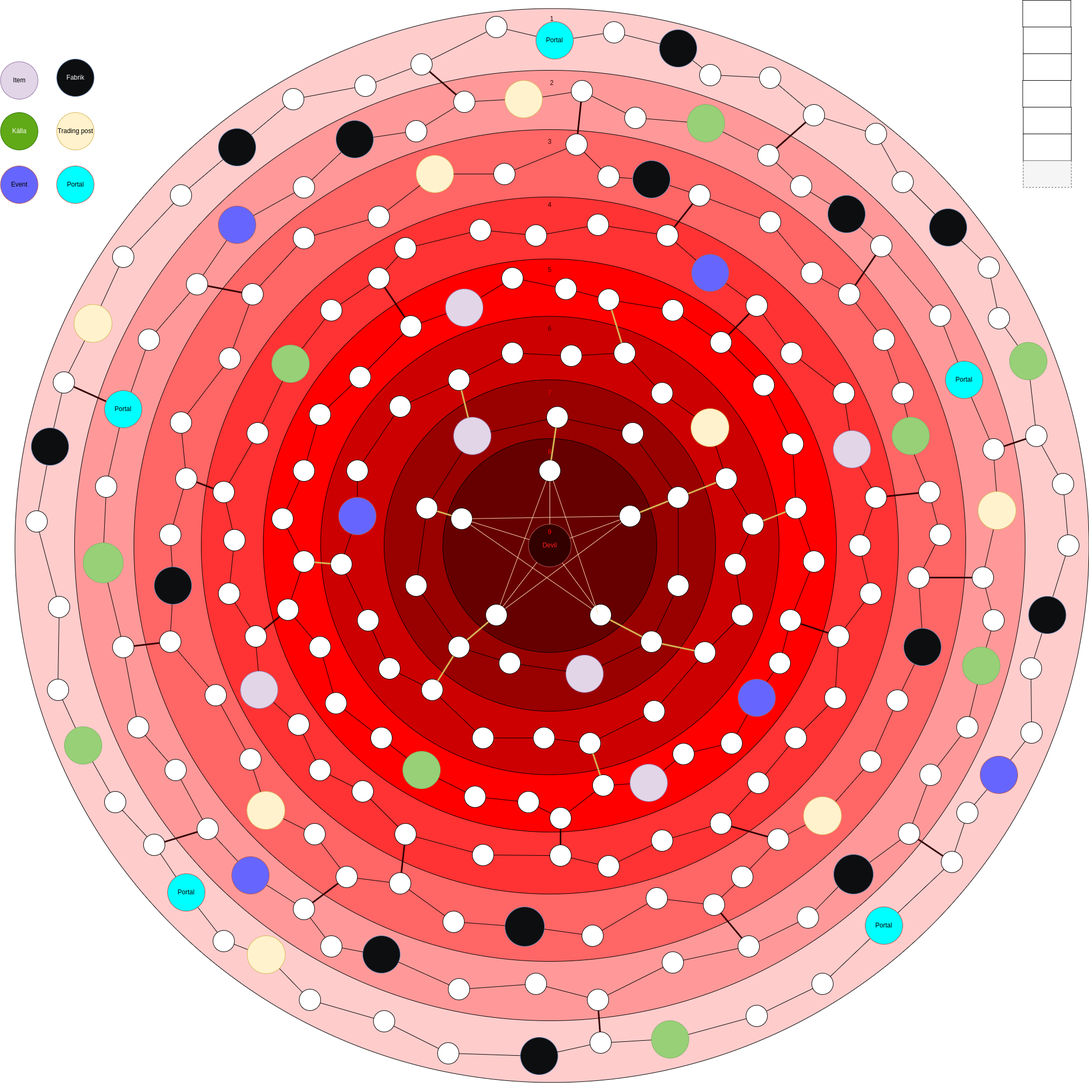
The draw.io diagram hellgame.drawio.png in erik88/hellgame, before a commit. Source tidied: cells renumbered, new cells last; positions are measured from the earlier drawing's top-left corner, leaving out a move shared by most shapes.
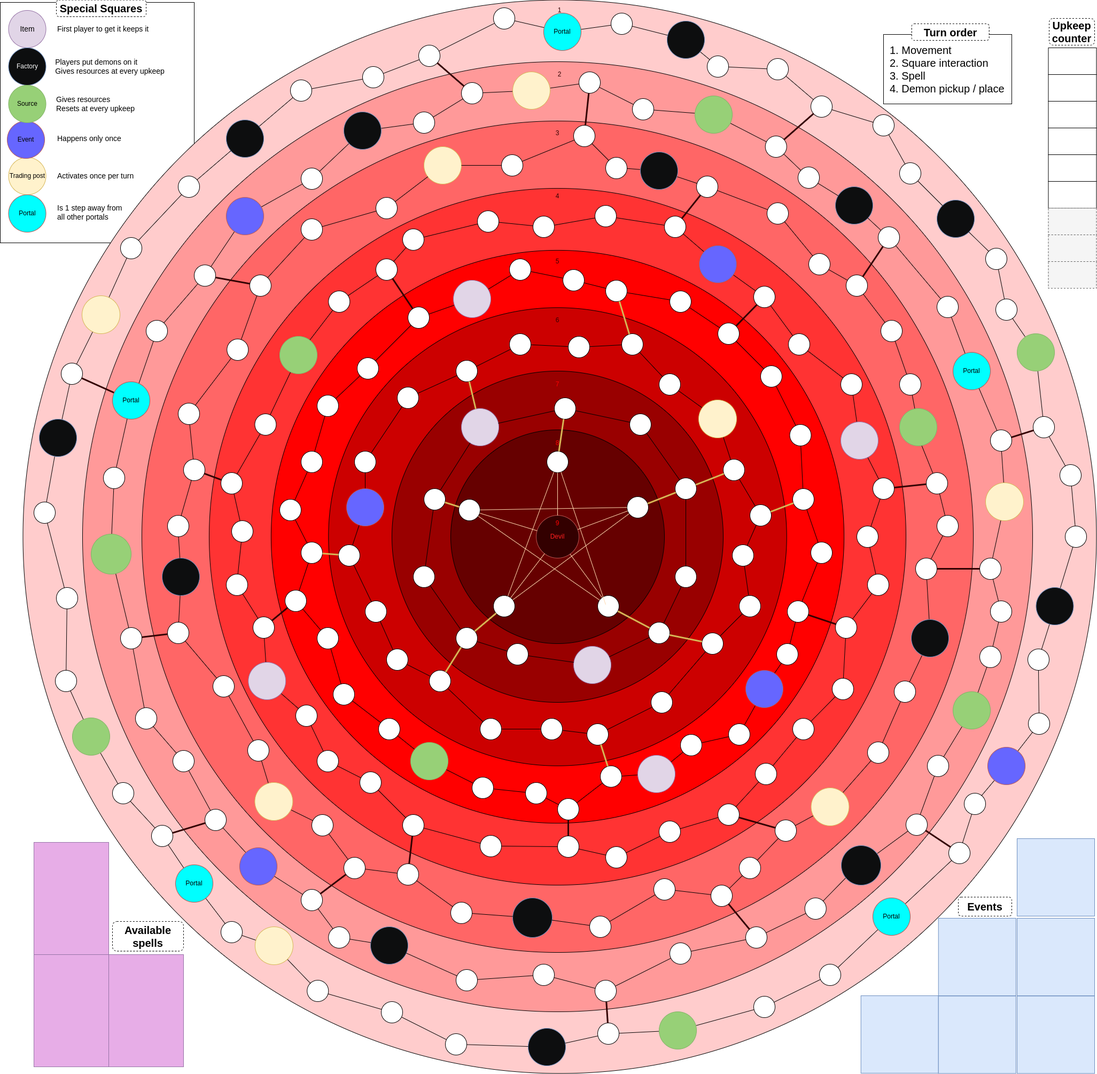
After the commit.

The edit, as a diff of the source:
```diff
@@ -2,6 +2,9 @@
   <root>
     <mxCell id="0" />
     <mxCell id="1" parent="0" />
+    <mxCell id="549" style="rounded=0;whiteSpace=wrap;html=1;" parent="1" vertex="1">
+      <mxGeometry x="-15" y="20" width="363" height="450" as="geometry" />
+    </mxCell>
     <mxCell id="2" style="ellipse;whiteSpace=wrap;html=1;direction=south;fillColor=#FFCCCC;" parent="1" vertex="1">
       <mxGeometry x="27.5" y="15.5" width="2009" height="2009" as="geometry" />
     </mxCell>
@@ -964,9 +967,6 @@
     <mxCell id="321" style="ellipse;whiteSpace=wrap;html=1;" parent="1" vertex="1">
       <mxGeometry x="1680" y="1539" width="40" height="40" as="geometry" />
     </mxCell>
-    <mxCell id="322" style="ellipse;whiteSpace=wrap;html=1;" parent="1" vertex="1">
-      <mxGeometry x="1789" y="1340" width="40" height="40" as="geometry" />
-    </mxCell>
     <mxCell id="323" style="ellipse;whiteSpace=wrap;html=1;" parent="1" vertex="1">
       <mxGeometry x="1838" y="1140" width="40" height="40" as="geometry" />
     </mxCell>
@@ -1286,10 +1286,10 @@
     <mxCell id="427" style="endArrow=none;html=1;rounded=0;" parent="1" edge="1" source="348" target="537">
       <mxGeometry relative="1" as="geometry" />
     </mxCell>
-    <mxCell id="428" style="endArrow=none;html=1;rounded=0;" parent="1" edge="1" source="542" target="322">
+    <mxCell id="428" style="endArrow=none;html=1;rounded=0;" parent="1" edge="1" source="542" target="557">
       <mxGeometry relative="1" as="geometry" />
     </mxCell>
-    <mxCell id="429" style="endArrow=none;html=1;rounded=0;" parent="1" edge="1" source="491" target="322">
+    <mxCell id="429" style="endArrow=none;html=1;rounded=0;" parent="1" edge="1" source="558" target="557">
       <mxGeometry relative="1" as="geometry" />
     </mxCell>
     <mxCell id="430" style="endArrow=none;html=1;rounded=0;" parent="1" edge="1" source="347" target="537">
@@ -1298,7 +1298,7 @@
     <mxCell id="431" style="endArrow=none;html=1;rounded=0;" parent="1" edge="1" source="347" target="346">
       <mxGeometry relative="1" as="geometry" />
     </mxCell>
-    <mxCell id="432" style="endArrow=none;html=1;rounded=0;" parent="1" edge="1" source="491" target="323">
+    <mxCell id="432" style="endArrow=none;html=1;rounded=0;" parent="1" edge="1" source="558" target="323">
       <mxGeometry relative="1" as="geometry" />
     </mxCell>
     <mxCell id="433" style="endArrow=none;html=1;rounded=0;" parent="1" edge="1" source="323" target="324">
@@ -1424,38 +1424,35 @@
     <mxCell id="473" style="endArrow=none;html=1;rounded=0;strokeWidth=3;fillColor=#fff2cc;strokeColor=#330000;" parent="1" edge="1" source="368" target="307">
       <mxGeometry relative="1" as="geometry" />
     </mxCell>
-    <mxCell id="474" value="Item" style="ellipse;whiteSpace=wrap;html=1;fillColor=#e1d5e7;strokeColor=#9673a6;" parent="1" vertex="1">
-      <mxGeometry x="0.5" y="115" width="70" height="70" as="geometry" />
+    <mxCell id="474" value="&lt;font style=&quot;font-size: 14px;&quot;&gt;Item&lt;/font&gt;" style="ellipse;whiteSpace=wrap;html=1;fillColor=#e1d5e7;strokeColor=#9673a6;" parent="1" vertex="1">
+      <mxGeometry x="0.5" y="35" width="70" height="70" as="geometry" />
     </mxCell>
-    <mxCell id="475" value="Fabrik" style="ellipse;whiteSpace=wrap;html=1;fillColor=#0D0E0F;strokeColor=#6c8ebf;fontColor=#FAFAFA;" parent="1" vertex="1">
-      <mxGeometry x="105.5" y="110" width="70" height="70" as="geometry" />
+    <mxCell id="475" value="Factory" style="ellipse;whiteSpace=wrap;html=1;fillColor=#0D0E0F;strokeColor=#6c8ebf;fontColor=#FAFAFA;" parent="1" vertex="1">
+      <mxGeometry x="0.5" y="105" width="70" height="70" as="geometry" />
     </mxCell>
     <mxCell id="476" value="Trading post" style="ellipse;whiteSpace=wrap;html=1;fillColor=#fff2cc;strokeColor=#d6b656;" parent="1" vertex="1">
-      <mxGeometry x="105.5" y="210" width="70" height="70" as="geometry" />
+      <mxGeometry x="0.5" y="310" width="70" height="70" as="geometry" />
     </mxCell>
-    <mxCell id="477" value="Källa" style="ellipse;whiteSpace=wrap;html=1;fillColor=#60a917;strokeColor=#2D7600;fontColor=#ffffff;" parent="1" vertex="1">
-      <mxGeometry x="0.5" y="210" width="70" height="70" as="geometry" />
-    </mxCell>
     <mxCell id="478" value="Event" style="ellipse;whiteSpace=wrap;html=1;fillColor=#6666FF;strokeColor=#b85450;" parent="1" vertex="1">
-      <mxGeometry x="0.5" y="310" width="70" height="70" as="geometry" />
+      <mxGeometry x="-2" y="242" width="70" height="70" as="geometry" />
     </mxCell>
     <mxCell id="479" style="rounded=0;whiteSpace=wrap;html=1;" parent="1" vertex="1">
-      <mxGeometry x="1912.5" width="90" height="50" as="geometry" />
+      <mxGeometry x="1946.5" y="105" width="90" height="50" as="geometry" />
     </mxCell>
     <mxCell id="480" style="rounded=0;whiteSpace=wrap;html=1;" parent="1" vertex="1">
-      <mxGeometry x="1913.5" y="50" width="90" height="50" as="geometry" />
+      <mxGeometry x="1946.5" y="205" width="90" height="50" as="geometry" />
     </mxCell>
     <mxCell id="481" style="rounded=0;whiteSpace=wrap;html=1;" parent="1" vertex="1">
-      <mxGeometry x="1913.5" y="100" width="90" height="50" as="geometry" />
+      <mxGeometry x="1946.5" y="155" width="90" height="50" as="geometry" />
     </mxCell>
     <mxCell id="482" style="rounded=0;whiteSpace=wrap;html=1;" parent="1" vertex="1">
-      <mxGeometry x="1912.5" y="150" width="90" height="50" as="geometry" />
+      <mxGeometry x="1946.5" y="255" width="90" height="50" as="geometry" />
     </mxCell>
     <mxCell id="483" style="rounded=0;whiteSpace=wrap;html=1;" parent="1" vertex="1">
-      <mxGeometry x="1913.5" y="200" width="90" height="50" as="geometry" />
+      <mxGeometry x="1946.5" y="305" width="90" height="50" as="geometry" />
     </mxCell>
     <mxCell id="484" style="rounded=0;whiteSpace=wrap;html=1;" parent="1" vertex="1">
-      <mxGeometry x="1913.5" y="250" width="90" height="50" as="geometry" />
+      <mxGeometry x="1946.5" y="355" width="90" height="50" as="geometry" />
     </mxCell>
     <mxCell id="485" style="ellipse;whiteSpace=wrap;html=1;fillColor=#0D0E0F;strokeColor=#6c8ebf;" parent="1" vertex="1">
       <mxGeometry x="58" y="800" width="70" height="70" as="geometry" />
@@ -1475,9 +1472,6 @@
     <mxCell id="490" style="ellipse;whiteSpace=wrap;html=1;fillColor=#97D077;strokeColor=#82b366;" parent="1" vertex="1">
       <mxGeometry x="1218" y="1909" width="70" height="70" as="geometry" />
     </mxCell>
-    <mxCell id="491" style="ellipse;whiteSpace=wrap;html=1;fillColor=#97D077;strokeColor=#82b366;" parent="1" vertex="1">
-      <mxGeometry x="1800" y="1210" width="70" height="70" as="geometry" />
-    </mxCell>
     <mxCell id="492" style="ellipse;whiteSpace=wrap;html=1;fillColor=#fff2cc;strokeColor=#d6b656;" parent="1" vertex="1">
       <mxGeometry x="461.4" y="1480" width="71" height="71" as="geometry" />
     </mxCell>
@@ -1550,7 +1544,7 @@
       <mxGeometry x="449.2" y="1255" width="70" height="70" as="geometry" />
     </mxCell>
     <mxCell id="515" value="Portal" style="ellipse;whiteSpace=wrap;html=1;fillColor=#00FFFF;strokeColor=#b85450;" parent="1" vertex="1">
-      <mxGeometry x="105.5" y="310" width="70" height="70" as="geometry" />
+      <mxGeometry x="0.5" y="380" width="70" height="70" as="geometry" />
     </mxCell>
     <mxCell id="516" style="endArrow=none;html=1;rounded=0;" parent="1" edge="1" source="307" target="522">
       <mxGeometry relative="1" as="geometry" />
@@ -1622,7 +1616,7 @@
       <mxGeometry x="1292" y="764" width="71" height="71" as="geometry" />
     </mxCell>
     <mxCell id="539" style="rounded=0;whiteSpace=wrap;html=1;dashed=1;fillColor=#f5f5f5;fontColor=#333333;strokeColor=#666666;" parent="1" vertex="1">
-      <mxGeometry x="1913.5" y="300" width="90" height="50" as="geometry" />
+      <mxGeometry x="1946.5" y="405" width="90" height="50" as="geometry" />
     </mxCell>
     <mxCell id="540" style="ellipse;whiteSpace=wrap;html=1;fillColor=#97D077;strokeColor=#82b366;" parent="1" vertex="1">
       <mxGeometry x="120" y="1359" width="70" height="70" as="geometry" />
@@ -1651,5 +1645,89 @@
     <mxCell id="548" style="ellipse;whiteSpace=wrap;html=1;fillColor=#0D0E0F;strokeColor=#6c8ebf;" parent="1" vertex="1">
       <mxGeometry x="1690" y="1175" width="70" height="70" as="geometry" />
     </mxCell>
+    <mxCell id="550" style="rounded=0;whiteSpace=wrap;html=1;dashed=1;fillColor=#f5f5f5;fontColor=#333333;strokeColor=#666666;" parent="1" vertex="1">
+      <mxGeometry x="1946.5" y="455" width="90" height="50" as="geometry" />
+    </mxCell>
+    <mxCell id="551" style="rounded=0;whiteSpace=wrap;html=1;dashed=1;fillColor=#f5f5f5;fontColor=#333333;strokeColor=#666666;" parent="1" vertex="1">
+      <mxGeometry x="1946.5" y="505" width="90" height="50" as="geometry" />
+    </mxCell>
+    <mxCell id="552" style="rounded=0;whiteSpace=wrap;html=1;fillColor=#E7ADE7;strokeColor=#9673a6;" parent="1" vertex="1">
+      <mxGeometry x="48" y="1592" width="140" height="210" as="geometry" />
+    </mxCell>
+    <mxCell id="553" style="group;" parent="1" vertex="1">
+      <mxGeometry x="1638" y="80" width="240" height="130" as="geometry" />
+    </mxCell>
+    <mxCell id="554" style="rounded=0;whiteSpace=wrap;html=1;" parent="553" vertex="1">
+      <mxGeometry width="240" height="130" as="geometry" />
+    </mxCell>
+    <mxCell id="555" value="&lt;font style=&quot;font-size: 20px;&quot;&gt;1. Movement&lt;br&gt;2. Square interaction&lt;br&gt;3. Spell&lt;br&gt;4. Demon pickup / place&lt;/font&gt;" style="rounded=0;whiteSpace=wrap;html=1;fillColor=none;strokeColor=none;align=left;" parent="553" vertex="1">
+      <mxGeometry x="10.4" y="12.2" width="229.6" height="105.6" as="geometry" />
+    </mxCell>
+    <mxCell id="556" value="&lt;font style=&quot;font-size: 20px;&quot;&gt;&lt;b&gt;Upkeep&lt;br&gt;counter&lt;/b&gt;&lt;/font&gt;" style="text;html=1;strokeColor=default;fillColor=default;align=center;verticalAlign=middle;whiteSpace=wrap;rounded=1;dashed=1;" parent="1" vertex="1">
+      <mxGeometry x="1948" y="50" width="85" height="50" as="geometry" />
+    </mxCell>
+    <mxCell id="557" style="ellipse;whiteSpace=wrap;html=1;fillColor=#97D077;strokeColor=#82b366;" parent="1" vertex="1">
+      <mxGeometry x="1768" y="1310" width="70" height="70" as="geometry" />
+    </mxCell>
+    <mxCell id="558" style="ellipse;whiteSpace=wrap;html=1;" parent="1" vertex="1">
+      <mxGeometry x="1818" y="1225" width="40" height="40" as="geometry" />
+    </mxCell>
+    <mxCell id="559" value="Source" style="ellipse;whiteSpace=wrap;html=1;fillColor=#97D077;strokeColor=#82b366;" parent="1" vertex="1">
+      <mxGeometry x="0.5" y="175" width="70" height="70" as="geometry" />
+    </mxCell>
+    <mxCell id="560" value="&lt;font style=&quot;font-size: 14px;&quot;&gt;First player to get it keeps it&lt;/font&gt;" style="text;html=1;strokeColor=none;fillColor=none;align=left;verticalAlign=middle;whiteSpace=wrap;rounded=0;" parent="1" vertex="1">
+      <mxGeometry x="90" y="55" width="238" height="30" as="geometry" />
+    </mxCell>
+    <mxCell id="561" value="&lt;div style=&quot;text-align: left;&quot;&gt;&lt;span style=&quot;font-size: 14px; background-color: initial;&quot;&gt;Players put demons on it&lt;/span&gt;&lt;/div&gt;&lt;font style=&quot;font-size: 14px;&quot;&gt;&lt;div style=&quot;text-align: left;&quot;&gt;&lt;span style=&quot;background-color: initial;&quot;&gt;Gives resources at every upkeep&lt;/span&gt;&lt;/div&gt;&lt;/font&gt;" style="text;html=1;strokeColor=none;fillColor=none;align=center;verticalAlign=middle;whiteSpace=wrap;rounded=0;" parent="1" vertex="1">
+      <mxGeometry x="62.5" y="125" width="255.5" height="30" as="geometry" />
+    </mxCell>
+    <mxCell id="562" value="&lt;font style=&quot;font-size: 14px;&quot;&gt;Gives resources&lt;br&gt;Resets at every upkeep&lt;br&gt;&lt;/font&gt;" style="text;html=1;strokeColor=none;fillColor=none;align=left;verticalAlign=middle;whiteSpace=wrap;rounded=0;" parent="1" vertex="1">
+      <mxGeometry x="88" y="195" width="242.5" height="30" as="geometry" />
+    </mxCell>
+    <mxCell id="563" value="&lt;font style=&quot;font-size: 14px;&quot;&gt;Happens only once&lt;br&gt;&lt;/font&gt;" style="text;html=1;strokeColor=none;fillColor=none;align=left;verticalAlign=middle;whiteSpace=wrap;rounded=0;" parent="1" vertex="1">
+      <mxGeometry x="90" y="260" width="242.5" height="30" as="geometry" />
+    </mxCell>
+    <mxCell id="564" value="&lt;font style=&quot;font-size: 14px;&quot;&gt;Activates once per turn&lt;br&gt;&lt;/font&gt;" style="text;html=1;strokeColor=none;fillColor=none;align=left;verticalAlign=middle;whiteSpace=wrap;rounded=0;" parent="1" vertex="1">
+      <mxGeometry x="90" y="330" width="242.5" height="30" as="geometry" />
+    </mxCell>
+    <mxCell id="565" value="&lt;font style=&quot;font-size: 14px;&quot;&gt;Is 1 step away from&lt;br&gt;all other portals&lt;br&gt;&lt;/font&gt;" style="text;html=1;strokeColor=none;fillColor=none;align=left;verticalAlign=middle;whiteSpace=wrap;rounded=0;" parent="1" vertex="1">
+      <mxGeometry x="90" y="398" width="242.5" height="30" as="geometry" />
+    </mxCell>
+    <mxCell id="566" value="&lt;span style=&quot;font-size: 20px;&quot;&gt;&lt;b&gt;Turn order&lt;/b&gt;&lt;/span&gt;" style="text;html=1;strokeColor=default;fillColor=default;align=center;verticalAlign=middle;whiteSpace=wrap;rounded=1;dashed=1;" parent="1" vertex="1">
+      <mxGeometry x="1690.7" y="60" width="145" height="31.1" as="geometry" />
+    </mxCell>
+    <mxCell id="567" value="&lt;span style=&quot;font-size: 20px;&quot;&gt;&lt;b&gt;Special Squares&lt;/b&gt;&lt;/span&gt;" style="text;html=1;strokeColor=default;fillColor=default;align=center;verticalAlign=middle;whiteSpace=wrap;rounded=1;dashed=1;" parent="1" vertex="1">
+      <mxGeometry x="90" y="15.5" width="168" height="31.1" as="geometry" />
+    </mxCell>
+    <mxCell id="568" value="&lt;span style=&quot;font-size: 20px;&quot;&gt;&lt;b&gt;Available spells&lt;/b&gt;&lt;/span&gt;" style="text;html=1;strokeColor=default;fillColor=default;align=center;verticalAlign=middle;whiteSpace=wrap;rounded=1;dashed=1;" parent="1" vertex="1">
+      <mxGeometry x="195" y="1740" width="133" height="55.5" as="geometry" />
+    </mxCell>
+    <mxCell id="569" style="rounded=0;whiteSpace=wrap;html=1;fillColor=#dae8fc;strokeColor=#6c8ebf;" parent="1" vertex="1">
+      <mxGeometry x="1595.8" y="1879" width="145" height="145" as="geometry" />
+    </mxCell>
+    <mxCell id="570" style="rounded=0;whiteSpace=wrap;html=1;fillColor=#dae8fc;strokeColor=#6c8ebf;" parent="1" vertex="1">
+      <mxGeometry x="1740.8" y="1879.5" width="145" height="145" as="geometry" />
+    </mxCell>
+    <mxCell id="571" style="rounded=0;whiteSpace=wrap;html=1;fillColor=#dae8fc;strokeColor=#6c8ebf;" parent="1" vertex="1">
+      <mxGeometry x="1888" y="1879.5" width="145" height="145" as="geometry" />
+    </mxCell>
+    <mxCell id="572" style="rounded=0;whiteSpace=wrap;html=1;fillColor=#dae8fc;strokeColor=#6c8ebf;" parent="1" vertex="1">
+      <mxGeometry x="1740.8" y="1734" width="145" height="145" as="geometry" />
+    </mxCell>
+    <mxCell id="573" style="rounded=0;whiteSpace=wrap;html=1;fillColor=#dae8fc;strokeColor=#6c8ebf;" parent="1" vertex="1">
+      <mxGeometry x="1888" y="1734" width="145" height="145" as="geometry" />
+    </mxCell>
+    <mxCell id="574" style="rounded=0;whiteSpace=wrap;html=1;fillColor=#dae8fc;strokeColor=#6c8ebf;" parent="1" vertex="1">
+      <mxGeometry x="1888" y="1585" width="145" height="145" as="geometry" />
+    </mxCell>
+    <mxCell id="575" value="&lt;span style=&quot;font-size: 20px;&quot;&gt;&lt;b&gt;Events&lt;/b&gt;&lt;/span&gt;" style="text;html=1;strokeColor=default;fillColor=default;align=center;verticalAlign=middle;whiteSpace=wrap;rounded=1;dashed=1;" parent="1" vertex="1">
+      <mxGeometry x="1778" y="1694.5" width="100" height="35.5" as="geometry" />
+    </mxCell>
+    <mxCell id="576" style="rounded=0;whiteSpace=wrap;html=1;fillColor=#E7ADE7;strokeColor=#9673a6;" parent="1" vertex="1">
+      <mxGeometry x="48" y="1802" width="140" height="210" as="geometry" />
+    </mxCell>
+    <mxCell id="577" style="rounded=0;whiteSpace=wrap;html=1;fillColor=#E7ADE7;strokeColor=#9673a6;" parent="1" vertex="1">
+      <mxGeometry x="188" y="1802" width="140" height="210" as="geometry" />
+    </mxCell>
   </root>
 </mxGraphModel>
```
